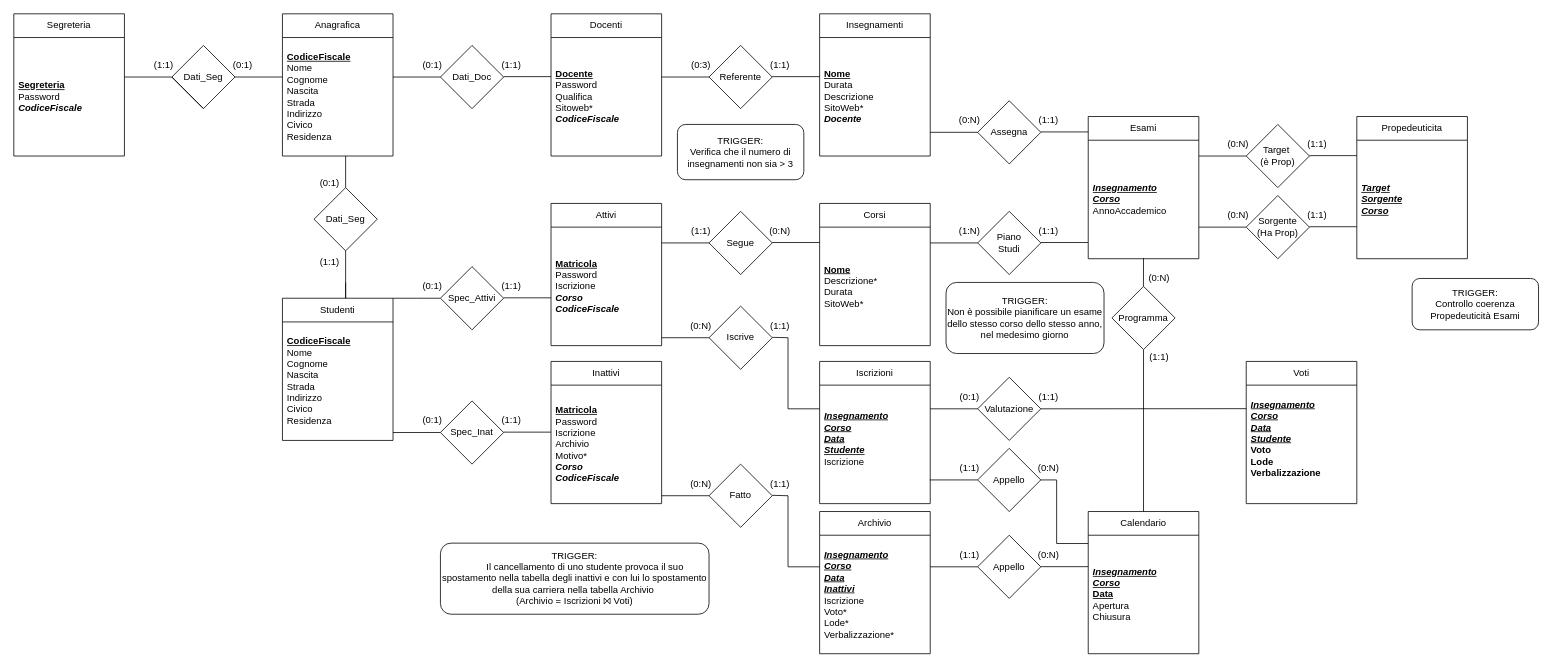
Before: Schema_ER+.drawio in Corbaax/BaseDati22_23, a draw.io diagram. Source tidied: cells renumbered, new cells numbered last; positions are measured from the earlier drawing's top-left corner, leaving out a move shared by most shapes. Both pictures are drawn from the tidied source at 79%, with x=0, y=0 at pixel (13, 13).
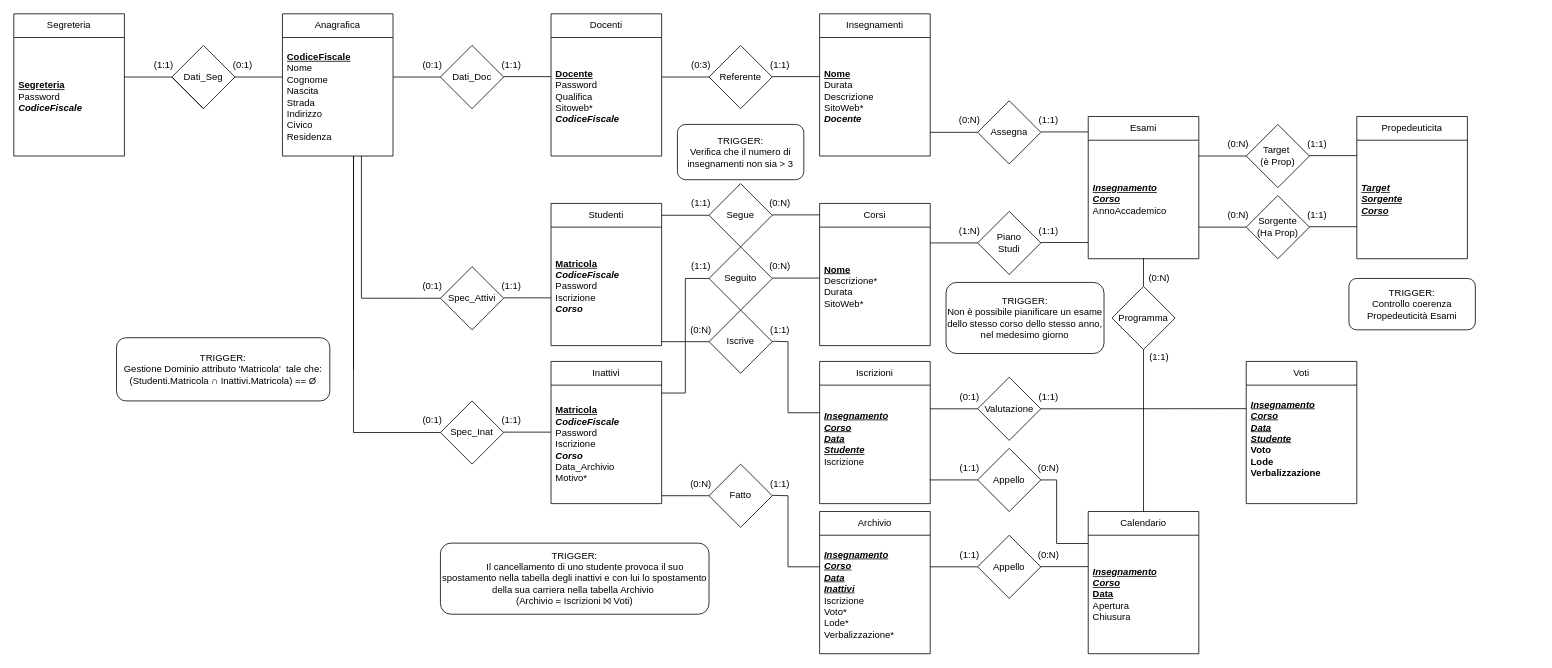
The same diagram, later.

Commit message:
Ora Corretto

Unchanged cells that the change refers to:
```xml
<mxCell id="22" value="Inattivi" style="swimlane;fontStyle=0;horizontal=1;startSize=30;whiteSpace=wrap;html=1;" parent="1" vertex="1">
  <mxGeometry x="680" y="440" width="140" height="180" as="geometry" />
</mxCell>
```

What changed in the source:
```diff
@@
-    <mxCell id="6" value="Attivi" style="swimlane;fontStyle=0;horizontal=1;startSize=30;whiteSpace=wrap;html=1;" parent="1" vertex="1">
+    <mxCell id="6" value="Studenti" style="swimlane;fontStyle=0;horizontal=1;startSize=30;whiteSpace=wrap;html=1;" parent="1" vertex="1">
       <mxGeometry x="680" y="240" width="140" height="180" as="geometry" />
     </mxCell>
-    <mxCell id="7" value="&lt;div&gt;&lt;u&gt;&lt;b&gt;Matricola&lt;/b&gt;&lt;/u&gt;&lt;/div&gt;&lt;div&gt;Password&lt;br&gt;&lt;/div&gt;&lt;div&gt;Iscrizione&lt;/div&gt;&lt;div&gt;&lt;i&gt;&lt;b&gt;Corso&lt;/b&gt;&lt;/i&gt;&lt;/div&gt;&lt;div&gt;&lt;i&gt;&lt;b&gt;CodiceFiscale&lt;/b&gt;&lt;/i&gt;&lt;br&gt;&lt;/div&gt;" style="text;strokeColor=none;fillColor=none;align=left;verticalAlign=middle;spacingLeft=4;spacingRight=4;overflow=hidden;whiteSpace=wrap;html=1;" parent="6" vertex="1">
-      <mxGeometry y="30" width="140" height="150" as="geometry" />
-    </mxCell>
+    <mxCell id="119" value="&lt;div&gt;&lt;u&gt;&lt;b&gt;Matricola&lt;/b&gt;&lt;br&gt;&lt;/u&gt;&lt;/div&gt;&lt;div&gt;&lt;i&gt;&lt;b&gt;CodiceFiscale&lt;u&gt;&lt;br&gt;&lt;/u&gt;&lt;/b&gt;&lt;/i&gt;&lt;/div&gt;&lt;div&gt;&lt;div&gt;Password&lt;br&gt;&lt;/div&gt;&lt;div&gt;Iscrizione&lt;/div&gt;&lt;div&gt;&lt;i&gt;&lt;b&gt;Corso&lt;/b&gt;&lt;/i&gt;&lt;/div&gt;&lt;/div&gt;" style="text;strokeColor=none;fillColor=none;align=left;verticalAlign=middle;spacingLeft=4;spacingRight=4;overflow=hidden;whiteSpace=wrap;html=1;" parent="6" vertex="1">
+      <mxGeometry y="30" width="140" height="150" as="geometry" />
+    </mxCell>
@@
-    <mxCell id="23" value="&lt;div&gt;&lt;u&gt;&lt;b&gt;Matricola&lt;/b&gt;&lt;/u&gt;&lt;/div&gt;&lt;div&gt;Password&lt;br&gt;&lt;/div&gt;&lt;div&gt;Iscrizione&lt;/div&gt;&lt;div&gt;Archivio&lt;/div&gt;&lt;div&gt;Motivo*&lt;br&gt;&lt;/div&gt;&lt;div&gt;&lt;i&gt;&lt;b&gt;Corso&lt;/b&gt;&lt;/i&gt;&lt;/div&gt;&lt;div&gt;&lt;i&gt;&lt;b&gt;CodiceFiscale&lt;/b&gt;&lt;/i&gt;&lt;br&gt;&lt;/div&gt;" style="text;strokeColor=none;fillColor=none;align=left;verticalAlign=middle;spacingLeft=4;spacingRight=4;overflow=hidden;whiteSpace=wrap;html=1;" parent="22" vertex="1">
+    <mxCell id="23" value="&lt;div&gt;&lt;div&gt;&lt;u&gt;&lt;b&gt;Matricola&lt;/b&gt;&lt;br&gt;&lt;/u&gt;&lt;/div&gt;&lt;div&gt;&lt;i&gt;&lt;b&gt;CodiceFiscale&lt;u&gt;&lt;br&gt;&lt;/u&gt;&lt;/b&gt;&lt;/i&gt;&lt;/div&gt;&lt;div&gt;&lt;div&gt;Password&lt;br&gt;&lt;/div&gt;&lt;div&gt;Iscrizione&lt;/div&gt;&lt;div&gt;&lt;i&gt;&lt;b&gt;Corso&lt;/b&gt;&lt;/i&gt;&lt;/div&gt;&lt;/div&gt;&lt;/div&gt;&lt;div&gt;Data_Archivio&lt;/div&gt;&lt;div&gt;Motivo*&lt;br&gt;&lt;/div&gt;" style="text;strokeColor=none;fillColor=none;align=left;verticalAlign=middle;spacingLeft=4;spacingRight=4;overflow=hidden;whiteSpace=wrap;html=1;" parent="22" vertex="1">
       <mxGeometry y="30" width="140" height="150" as="geometry" />
     </mxCell>
@@
     <mxCell id="29" style="endArrow=none;html=1;rounded=0;" parent="1" edge="1">
       <mxGeometry relative="1" as="geometry">
-        <mxPoint x="480" y="360" as="sourcePoint" />
+        <mxPoint x="440" y="180" as="sourcePoint" />
         <mxPoint x="540" y="360" as="targetPoint" />
         <Array as="points">
+          <mxPoint x="440" y="360" />
           <mxPoint x="510" y="360" />
         </Array>
       </mxGeometry>
     </mxCell>
@@
     <mxCell id="44" value="Segue" style="rhombus;whiteSpace=wrap;html=1;" parent="1" vertex="1">
-      <mxGeometry x="880" y="250" width="80" height="80" as="geometry" />
+      <mxGeometry x="880" y="215" width="80" height="80" as="geometry" />
     </mxCell>
     <mxCell id="45" style="endArrow=none;html=1;rounded=0;" parent="1" edge="1" target="44">
       <mxGeometry relative="1" as="geometry">
-        <mxPoint x="820" y="290" as="sourcePoint" />
+        <mxPoint x="820" y="255" as="sourcePoint" />
       </mxGeometry>
     </mxCell>
     <mxCell id="46" style="endArrow=none;html=1;rounded=0;" parent="1" edge="1">
       <mxGeometry relative="1" as="geometry">
-        <mxPoint x="960" y="289.5" as="sourcePoint" />
-        <mxPoint x="1020" y="289.5" as="targetPoint" />
+        <mxPoint x="960" y="254.5" as="sourcePoint" />
+        <mxPoint x="1020" y="254.5" as="targetPoint" />
       </mxGeometry>
     </mxCell>
@@
     <mxCell id="49" value="Iscrive" style="rhombus;whiteSpace=wrap;html=1;" parent="1" vertex="1">
-      <mxGeometry x="880" y="370" width="80" height="80" as="geometry" />
+      <mxGeometry x="880" y="375" width="80" height="80" as="geometry" />
     </mxCell>
     <mxCell id="50" style="endArrow=none;html=1;rounded=0;" parent="1" edge="1" target="49">
       <mxGeometry relative="1" as="geometry">
-        <mxPoint x="820" y="410" as="sourcePoint" />
+        <mxPoint x="820" y="415" as="sourcePoint" />
       </mxGeometry>
     </mxCell>
     <mxCell id="51" style="endArrow=none;html=1;rounded=0;" parent="1" edge="1">
       <mxGeometry relative="1" as="geometry">
-        <mxPoint x="960" y="409.5" as="sourcePoint" />
-        <mxPoint x="1020" y="500" as="targetPoint" />
+        <mxPoint x="960" y="414.5" as="sourcePoint" />
+        <mxPoint x="1020" y="505" as="targetPoint" />
         <Array as="points">
-          <mxPoint x="980" y="410" />
-          <mxPoint x="980" y="500" />
+          <mxPoint x="980" y="415" />
+          <mxPoint x="980" y="505" />
         </Array>
       </mxGeometry>
     </mxCell>
@@
     <mxCell id="84" value="(1:1)" style="text;html=1;strokeColor=none;fillColor=none;align=center;verticalAlign=middle;whiteSpace=wrap;rounded=0;" parent="1" vertex="1">
-      <mxGeometry x="840" y="260" width="60" height="30" as="geometry" />
+      <mxGeometry x="840" y="225" width="60" height="30" as="geometry" />
     </mxCell>
     <mxCell id="85" value="(0:N)" style="text;html=1;strokeColor=none;fillColor=none;align=center;verticalAlign=middle;whiteSpace=wrap;rounded=0;" parent="1" vertex="1">
-      <mxGeometry x="940" y="260" width="60" height="30" as="geometry" />
+      <mxGeometry x="940" y="225" width="60" height="30" as="geometry" />
     </mxCell>
     <mxCell id="86" value="(0:N)" style="text;html=1;strokeColor=none;fillColor=none;align=center;verticalAlign=middle;whiteSpace=wrap;rounded=0;" parent="1" vertex="1">
-      <mxGeometry x="840" y="380" width="60" height="30" as="geometry" />
+      <mxGeometry x="840" y="385" width="60" height="30" as="geometry" />
     </mxCell>
     <mxCell id="87" value="(1:1)" style="text;html=1;strokeColor=none;fillColor=none;align=center;verticalAlign=middle;whiteSpace=wrap;rounded=0;" parent="1" vertex="1">
-      <mxGeometry x="940" y="380" width="60" height="30" as="geometry" />
+      <mxGeometry x="940" y="385" width="60" height="30" as="geometry" />
     </mxCell>
@@
     <mxCell id="109" value="&lt;div&gt;TRIGGER:&lt;/div&gt;&lt;div&gt;Controllo coerenza Propedeuticità Esami&lt;br&gt;&lt;/div&gt;" style="rounded=1;whiteSpace=wrap;html=1;" parent="1" vertex="1">
-      <mxGeometry x="1770" y="335" width="160" height="65" as="geometry" />
+      <mxGeometry x="1690" y="335" width="160" height="65" as="geometry" />
     </mxCell>
-    <mxCell id="110" value="Studenti" style="swimlane;fontStyle=0;horizontal=1;startSize=30;whiteSpace=wrap;html=1;" parent="1" vertex="1">
-      <mxGeometry x="340" y="360" width="140" height="180" as="geometry" />
-    </mxCell>
-    <mxCell id="111" value="&lt;div&gt;&lt;u&gt;&lt;b&gt;CodiceFiscale&lt;/b&gt;&lt;/u&gt;&lt;/div&gt;&lt;div&gt;Nome&lt;/div&gt;&lt;div&gt;Cognome&lt;/div&gt;&lt;div&gt;Nascita&lt;/div&gt;&lt;div&gt;Strada&lt;/div&gt;&lt;div&gt;Indirizzo&lt;br&gt;&lt;/div&gt;&lt;div&gt;Civico&lt;/div&gt;&lt;div&gt;Residenza&lt;/div&gt;" style="text;strokeColor=none;fillColor=none;align=left;verticalAlign=middle;spacingLeft=4;spacingRight=4;overflow=hidden;whiteSpace=wrap;html=1;" parent="110" vertex="1">
-      <mxGeometry y="30" width="140" height="150" as="geometry" />
-    </mxCell>
     <mxCell id="112" style="endArrow=none;html=1;rounded=0;" parent="1" edge="1">
       <mxGeometry relative="1" as="geometry">
-        <mxPoint x="480" y="530" as="sourcePoint" />
+        <mxPoint x="430" y="450" as="sourcePoint" />
         <mxPoint x="540" y="530" as="targetPoint" />
+        <Array as="points">
+          <mxPoint x="430" y="180" />
+          <mxPoint x="430" y="530" />
+        </Array>
       </mxGeometry>
     </mxCell>
-    <mxCell id="113" value="Dati_Seg" style="rhombus;whiteSpace=wrap;html=1;" parent="1" vertex="1">
-      <mxGeometry x="380" y="220" width="80" height="80" as="geometry" />
-    </mxCell>
-    <mxCell id="114" style="endArrow=none;html=1;rounded=0;exitX=0.5;exitY=0;exitDx=0;exitDy=0;" parent="1" edge="1" source="113">
-      <mxGeometry relative="1" as="geometry">
-        <mxPoint x="420" y="180" as="targetPoint" />
-      </mxGeometry>
-    </mxCell>
-    <mxCell id="115" style="endArrow=none;html=1;rounded=0;entryX=0.5;entryY=1;entryDx=0;entryDy=0;" parent="1" edge="1" target="113">
-      <mxGeometry relative="1" as="geometry">
-        <mxPoint x="420" y="340" as="sourcePoint" />
-        <Array as="points">
-          <mxPoint x="420" y="360" />
-        </Array>
-      </mxGeometry>
-    </mxCell>
-    <mxCell id="116" value="(0:1)" style="text;html=1;strokeColor=none;fillColor=none;align=center;verticalAlign=middle;whiteSpace=wrap;rounded=0;" parent="1" vertex="1">
-      <mxGeometry x="370" y="200" width="60" height="30" as="geometry" />
-    </mxCell>
+    <mxCell id="118" style="endArrow=none;html=1;rounded=0;" parent="1" edge="1">
+      <mxGeometry relative="1" as="geometry">
+        <mxPoint x="280" y="80" as="sourcePoint" />
+        <mxPoint x="340" y="80" as="targetPoint" />
+      </mxGeometry>
+    </mxCell>
+    <mxCell id="120" value="&lt;div&gt;TRIGGER:&lt;/div&gt;&lt;div&gt;Gestione Dominio attributo 'Matricola'&amp;nbsp; tale che: &lt;br&gt;&lt;/div&gt;&lt;div&gt;(Studenti.Matricola ∩ Inattivi.Matricola) == Ø&lt;/div&gt;" style="rounded=1;whiteSpace=wrap;html=1;" parent="1" vertex="1">
+      <mxGeometry x="130" y="410" width="270" height="80" as="geometry" />
+    </mxCell>
+    <mxCell id="121" value="Seguito" style="rhombus;whiteSpace=wrap;html=1;" parent="1" vertex="1">
+      <mxGeometry x="880" y="295" width="80" height="80" as="geometry" />
+    </mxCell>
+    <mxCell id="122" style="endArrow=none;html=1;rounded=0;" parent="1" edge="1" target="121">
+      <mxGeometry relative="1" as="geometry">
+        <mxPoint x="820" y="480" as="sourcePoint" />
+        <Array as="points">
+          <mxPoint x="850" y="480" />
+          <mxPoint x="850" y="335" />
+        </Array>
+      </mxGeometry>
+    </mxCell>
+    <mxCell id="123" style="endArrow=none;html=1;rounded=0;" parent="1" edge="1">
+      <mxGeometry relative="1" as="geometry">
+        <mxPoint x="960" y="334.5" as="sourcePoint" />
+        <mxPoint x="1020" y="334.5" as="targetPoint" />
+      </mxGeometry>
+    </mxCell>
     <mxCell id="117" value="(1:1)" style="text;html=1;strokeColor=none;fillColor=none;align=center;verticalAlign=middle;whiteSpace=wrap;rounded=0;" parent="1" vertex="1">
-      <mxGeometry x="370" y="300" width="60" height="30" as="geometry" />
+      <mxGeometry x="840" y="305" width="60" height="30" as="geometry" />
     </mxCell>
-    <mxCell id="118" style="endArrow=none;html=1;rounded=0;" parent="1" edge="1">
-      <mxGeometry relative="1" as="geometry">
-        <mxPoint x="280" y="80" as="sourcePoint" />
-        <mxPoint x="340" y="80" as="targetPoint" />
-      </mxGeometry>
-    </mxCell>
+    <mxCell id="124" value="(0:N)" style="text;html=1;strokeColor=none;fillColor=none;align=center;verticalAlign=middle;whiteSpace=wrap;rounded=0;" parent="1" vertex="1">
+      <mxGeometry x="940" y="305" width="60" height="30" as="geometry" />
+    </mxCell>
```
